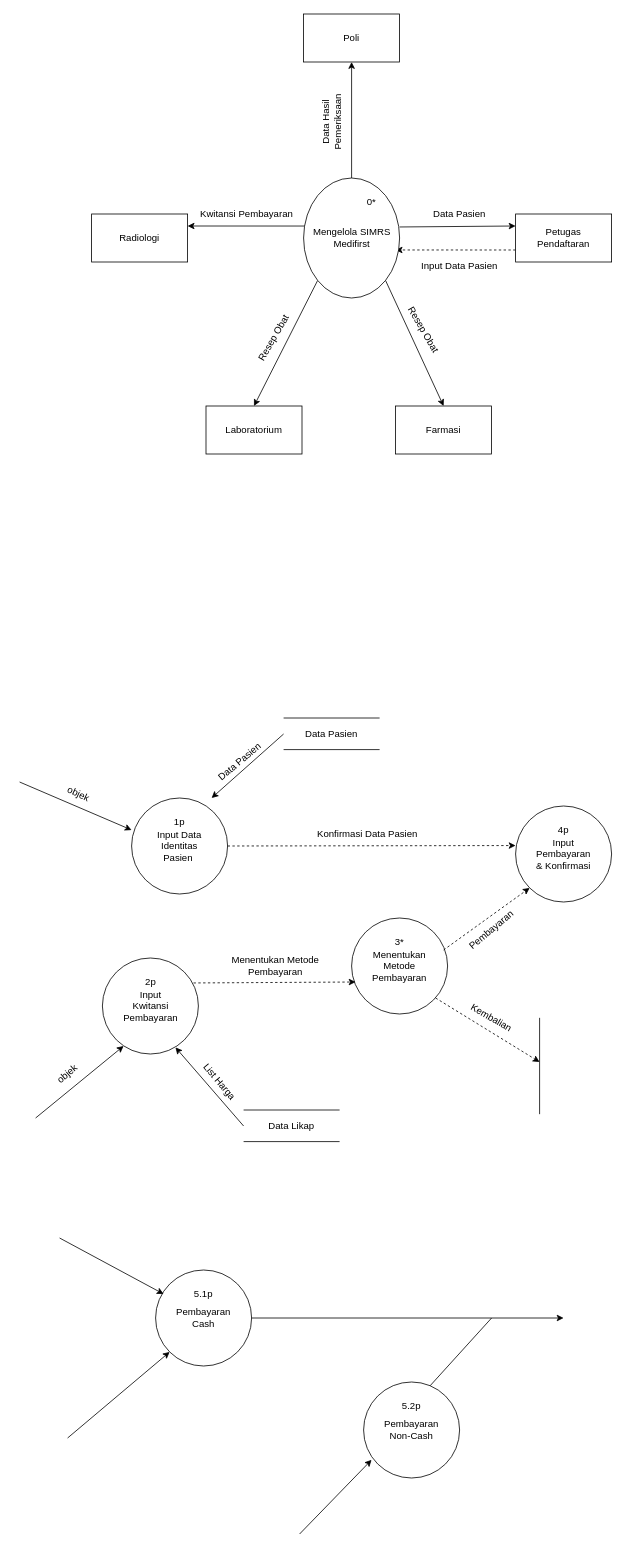
Above: DFD LVL 0.drawio in Arfnvaaa/Arfnvaaa (draw.io), before the change. Source tidied: cells renumbered, new cells numbered last; positions are measured from the earlier drawing's top-left corner, leaving out a move shared by most shapes. Both pictures are drawn from the tidied source at 80%, with x=0, y=0 at pixel (19, 14).
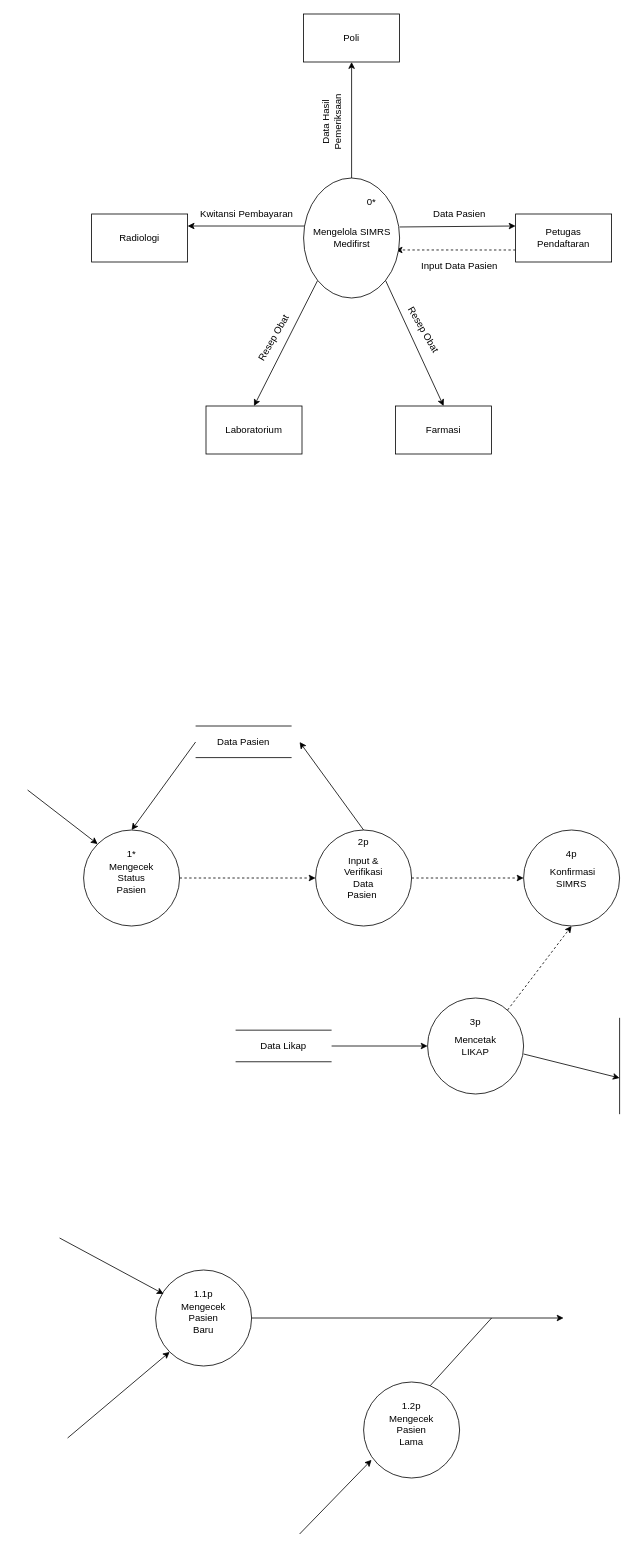
After the change.

The change refers to these unchanged cells:
```xml
<mxCell id="24" style="ellipse;whiteSpace=wrap;html=1;" parent="23" vertex="1">
  <mxGeometry width="120" height="120" as="geometry" />
</mxCell>
<mxCell id="41" style="ellipse;whiteSpace=wrap;html=1;" parent="40" vertex="1">
  <mxGeometry width="120" height="120" as="geometry" />
</mxCell>
<mxCell id="45" style="ellipse;whiteSpace=wrap;html=1;" parent="44" vertex="1">
  <mxGeometry width="120" height="120" as="geometry" />
</mxCell>
<mxCell id="49" style="ellipse;whiteSpace=wrap;html=1;" parent="48" vertex="1">
  <mxGeometry width="120" height="120" as="geometry" />
</mxCell>
<mxCell id="60" style="group;" parent="1" vertex="1">
  <mxGeometry x="170" y="1570" width="120" height="120" as="geometry" />
</mxCell>
<mxCell id="64" style="group;" parent="1" vertex="1">
  <mxGeometry x="430" y="1710" width="120" height="120" as="geometry" />
</mxCell>
```

Diff of the diagram source:
```diff
@@
     <mxCell id="23" style="group;" parent="1" vertex="1">
-      <mxGeometry x="103.5" y="1180" width="120" height="120" as="geometry" />
+      <mxGeometry x="510" y="1230" width="120" height="120" as="geometry" />
     </mxCell>
@@
-    <mxCell id="25" value="Input Kwitansi Pembayaran" style="text;html=1;whiteSpace=wrap;strokeColor=none;fillColor=none;align=center;verticalAlign=middle;rounded=0;" parent="23" vertex="1">
+    <mxCell id="25" value="Mencetak LIKAP" style="text;html=1;whiteSpace=wrap;strokeColor=none;fillColor=none;align=center;verticalAlign=middle;rounded=0;" parent="23" vertex="1">
       <mxGeometry x="30" y="45" width="60" height="30" as="geometry" />
     </mxCell>
-    <mxCell id="26" value="2p" style="text;html=1;whiteSpace=wrap;strokeColor=none;fillColor=none;align=center;verticalAlign=middle;rounded=0;" parent="23" vertex="1">
+    <mxCell id="26" value="3p" style="text;html=1;whiteSpace=wrap;strokeColor=none;fillColor=none;align=center;verticalAlign=middle;rounded=0;" parent="23" vertex="1">
       <mxGeometry x="30" y="15" width="60" height="30" as="geometry" />
     </mxCell>
+    <mxCell id="87" style="endArrow=classic;html=1;rounded=0;dashed=1;" parent="23" edge="1">
+      <mxGeometry relative="1" as="geometry">
+        <mxPoint x="100" y="15" as="sourcePoint" />
+        <mxPoint x="180" y="-90" as="targetPoint" />
+      </mxGeometry>
+    </mxCell>
@@
     <mxCell id="32" style="group;" parent="1" vertex="1">
-      <mxGeometry x="330" y="880" width="120" height="39.5" as="geometry" />
+      <mxGeometry x="220" y="890" width="120" height="39.5" as="geometry" />
     </mxCell>
@@
     <mxCell id="36" style="group;" parent="1" vertex="1">
-      <mxGeometry x="280" y="1370" width="120" height="39.5" as="geometry" />
+      <mxGeometry x="270" y="1270.2" width="120" height="39.5" as="geometry" />
     </mxCell>
@@
     <mxCell id="40" style="group;" parent="1" vertex="1">
-      <mxGeometry x="140" y="980" width="120" height="120" as="geometry" />
+      <mxGeometry x="370" y="1020" width="120" height="120" as="geometry" />
     </mxCell>
@@
-    <mxCell id="42" value="Input Data Identitas Pasien&amp;nbsp;" style="text;html=1;whiteSpace=wrap;strokeColor=none;fillColor=none;align=center;verticalAlign=middle;rounded=0;" parent="40" vertex="1">
+    <mxCell id="42" value="Input &amp;amp; Verifikasi Data Pasien&amp;nbsp;" style="text;html=1;whiteSpace=wrap;strokeColor=none;fillColor=none;align=center;verticalAlign=middle;rounded=0;" parent="40" vertex="1">
       <mxGeometry x="30" y="45" width="60" height="30" as="geometry" />
     </mxCell>
-    <mxCell id="43" value="1p" style="text;html=1;whiteSpace=wrap;strokeColor=none;fillColor=none;align=center;verticalAlign=middle;rounded=0;" parent="40" vertex="1">
-      <mxGeometry x="30" y="15" width="60" height="30" as="geometry" />
+    <mxCell id="43" value="2p" style="text;html=1;whiteSpace=wrap;strokeColor=none;fillColor=none;align=center;verticalAlign=middle;rounded=0;" parent="40" vertex="1">
+      <mxGeometry x="30" width="60" height="30" as="geometry" />
     </mxCell>
     <mxCell id="44" style="group;" parent="1" vertex="1">
-      <mxGeometry x="415" y="1130" width="120" height="120" as="geometry" />
+      <mxGeometry x="80" y="1020" width="120" height="120" as="geometry" />
     </mxCell>
@@
-    <mxCell id="46" value="Menentukan Metode Pembayaran" style="text;html=1;whiteSpace=wrap;strokeColor=none;fillColor=none;align=center;verticalAlign=middle;rounded=0;" parent="44" vertex="1">
+    <mxCell id="46" value="Mengecek Status Pasien" style="text;html=1;whiteSpace=wrap;strokeColor=none;fillColor=none;align=center;verticalAlign=middle;rounded=0;" parent="44" vertex="1">
       <mxGeometry x="30" y="45" width="60" height="30" as="geometry" />
     </mxCell>
-    <mxCell id="47" value="3*" style="text;html=1;whiteSpace=wrap;strokeColor=none;fillColor=none;align=center;verticalAlign=middle;rounded=0;" parent="44" vertex="1">
+    <mxCell id="47" value="1*" style="text;html=1;whiteSpace=wrap;strokeColor=none;fillColor=none;align=center;verticalAlign=middle;rounded=0;" parent="44" vertex="1">
       <mxGeometry x="30" y="15" width="60" height="30" as="geometry" />
     </mxCell>
     <mxCell id="48" style="group;" parent="1" vertex="1">
-      <mxGeometry x="620" y="990" width="120" height="120" as="geometry" />
+      <mxGeometry x="630" y="1020" width="120" height="120" as="geometry" />
     </mxCell>
@@
-    <mxCell id="50" value="Input Pembayaran &amp;amp; Konfirmasi" style="text;html=1;whiteSpace=wrap;strokeColor=none;fillColor=none;align=center;verticalAlign=middle;rounded=0;" parent="48" vertex="1">
+    <mxCell id="50" value="&amp;nbsp;Konfirmasi SIMRS" style="text;html=1;whiteSpace=wrap;strokeColor=none;fillColor=none;align=center;verticalAlign=middle;rounded=0;" parent="48" vertex="1">
       <mxGeometry x="30" y="45" width="60" height="30" as="geometry" />
     </mxCell>
@@
-    <mxCell id="52" style="endArrow=classic;html=1;rounded=0;" parent="1" edge="1">
-      <mxGeometry relative="1" as="geometry">
-        <mxPoint y="960" as="sourcePoint" />
-        <mxPoint x="140" y="1020" as="targetPoint" />
-      </mxGeometry>
-    </mxCell>
-    <mxCell id="53" style="endArrow=classic;html=1;rounded=0;entryX=0.761;entryY=0.931;entryDx=0;entryDy=0;entryPerimeter=0;" parent="1" edge="1" target="24">
-      <mxGeometry relative="1" as="geometry">
-        <mxPoint x="280" y="1390" as="sourcePoint" />
-      </mxGeometry>
-    </mxCell>
-    <mxCell id="54" style="endArrow=classic;html=1;rounded=0;dashed=1;entryX=0;entryY=1;entryDx=0;entryDy=0;" parent="1" edge="1" target="49">
-      <mxGeometry relative="1" as="geometry">
-        <mxPoint x="530" y="1170" as="sourcePoint" />
-      </mxGeometry>
-    </mxCell>
-    <mxCell id="55" style="endArrow=classic;html=1;rounded=0;" parent="1" edge="1">
-      <mxGeometry relative="1" as="geometry">
-        <mxPoint x="330" y="900" as="sourcePoint" />
-        <mxPoint x="240" y="980" as="targetPoint" />
-      </mxGeometry>
-    </mxCell>
-    <mxCell id="56" style="endArrow=classic;html=1;rounded=0;dashed=1;entryX=0;entryY=0.412;entryDx=0;entryDy=0;entryPerimeter=0;exitX=1;exitY=0.5;exitDx=0;exitDy=0;" parent="1" edge="1" source="41" target="49">
-      <mxGeometry relative="1" as="geometry" />
-    </mxCell>
-    <mxCell id="57" style="endArrow=classic;html=1;rounded=0;" parent="1" edge="1">
-      <mxGeometry relative="1" as="geometry">
-        <mxPoint x="20" y="1380" as="sourcePoint" />
-        <mxPoint x="130" y="1290" as="targetPoint" />
-      </mxGeometry>
-    </mxCell>
-    <mxCell id="58" style="endArrow=classic;html=1;rounded=0;dashed=1;" parent="1" edge="1">
-      <mxGeometry relative="1" as="geometry">
-        <mxPoint x="520" y="1230" as="sourcePoint" />
-        <mxPoint x="650" y="1310" as="targetPoint" />
-      </mxGeometry>
-    </mxCell>
-    <mxCell id="59" style="endArrow=classic;html=1;rounded=0;exitX=0.949;exitY=0.26;exitDx=0;exitDy=0;dashed=1;exitPerimeter=0;" parent="1" edge="1" source="24">
-      <mxGeometry relative="1" as="geometry">
-        <mxPoint x="420" y="1210" as="targetPoint" />
-      </mxGeometry>
-    </mxCell>
@@
-    <mxCell id="62" value="Pembayaran Cash" style="text;html=1;whiteSpace=wrap;strokeColor=none;fillColor=none;align=center;verticalAlign=middle;rounded=0;" parent="60" vertex="1">
+    <mxCell id="62" value="Mengecek Pasien Baru" style="text;html=1;whiteSpace=wrap;strokeColor=none;fillColor=none;align=center;verticalAlign=middle;rounded=0;" parent="60" vertex="1">
       <mxGeometry x="30" y="45" width="60" height="30" as="geometry" />
     </mxCell>
-    <mxCell id="63" value="5.1p" style="text;html=1;whiteSpace=wrap;strokeColor=none;fillColor=none;align=center;verticalAlign=middle;rounded=0;" parent="60" vertex="1">
+    <mxCell id="63" value="1.1p" style="text;html=1;whiteSpace=wrap;strokeColor=none;fillColor=none;align=center;verticalAlign=middle;rounded=0;" parent="60" vertex="1">
       <mxGeometry x="30" y="15" width="60" height="30" as="geometry" />
     </mxCell>
@@
-    <mxCell id="66" value="Pembayaran Non-Cash" style="text;html=1;whiteSpace=wrap;strokeColor=none;fillColor=none;align=center;verticalAlign=middle;rounded=0;" parent="64" vertex="1">
+    <mxCell id="66" value="Mengecek Pasien Lama" style="text;html=1;whiteSpace=wrap;strokeColor=none;fillColor=none;align=center;verticalAlign=middle;rounded=0;" parent="64" vertex="1">
       <mxGeometry x="30" y="45" width="60" height="30" as="geometry" />
     </mxCell>
-    <mxCell id="67" value="5.2p" style="text;html=1;whiteSpace=wrap;strokeColor=none;fillColor=none;align=center;verticalAlign=middle;rounded=0;" parent="64" vertex="1">
+    <mxCell id="67" value="1.2p" style="text;html=1;whiteSpace=wrap;strokeColor=none;fillColor=none;align=center;verticalAlign=middle;rounded=0;" parent="64" vertex="1">
       <mxGeometry x="30" y="15" width="60" height="30" as="geometry" />
     </mxCell>
@@
-    <mxCell id="73" value="objek" style="text;html=1;whiteSpace=wrap;strokeColor=none;fillColor=none;align=center;verticalAlign=middle;rounded=0;rotation=25;" parent="1" vertex="1">
-      <mxGeometry x="43.5" y="960" width="60" height="30" as="geometry" />
-    </mxCell>
-    <mxCell id="74" value="Konfirmasi Data Pasien" style="text;html=1;whiteSpace=wrap;strokeColor=none;fillColor=none;align=center;verticalAlign=middle;rounded=0;" parent="1" vertex="1">
-      <mxGeometry x="370" y="1010" width="130" height="30" as="geometry" />
-    </mxCell>
-    <mxCell id="75" value="Data Pasien" style="text;html=1;whiteSpace=wrap;strokeColor=none;fillColor=none;align=center;verticalAlign=middle;rounded=0;rotation=-40;" parent="1" vertex="1">
-      <mxGeometry x="240" y="919.5" width="70" height="30" as="geometry" />
-    </mxCell>
-    <mxCell id="76" value="Menentukan Metode Pembayaran" style="text;html=1;whiteSpace=wrap;strokeColor=none;fillColor=none;align=center;verticalAlign=middle;rounded=0;" parent="1" vertex="1">
-      <mxGeometry x="260" y="1175" width="120" height="30" as="geometry" />
-    </mxCell>
-    <mxCell id="77" value="objek" style="text;html=1;whiteSpace=wrap;strokeColor=none;fillColor=none;align=center;verticalAlign=middle;rounded=0;rotation=-40;" parent="1" vertex="1">
-      <mxGeometry x="30" y="1310" width="60" height="30" as="geometry" />
-    </mxCell>
-    <mxCell id="78" value="List Harga" style="text;html=1;whiteSpace=wrap;strokeColor=none;fillColor=none;align=center;verticalAlign=middle;rounded=0;rotation=50;" parent="1" vertex="1">
-      <mxGeometry x="220" y="1320" width="60" height="30" as="geometry" />
-    </mxCell>
-    <mxCell id="79" value="Kembalian" style="text;html=1;whiteSpace=wrap;strokeColor=none;fillColor=none;align=center;verticalAlign=middle;rounded=0;rotation=30;" parent="1" vertex="1">
-      <mxGeometry x="560" y="1240" width="60" height="30" as="geometry" />
-    </mxCell>
-    <mxCell id="80" value="Pembayaran" style="text;html=1;whiteSpace=wrap;strokeColor=none;fillColor=none;align=center;verticalAlign=middle;rounded=0;rotation=-40;" parent="1" vertex="1">
-      <mxGeometry x="560" y="1130" width="60" height="30" as="geometry" />
-    </mxCell>
     <mxCell id="81" style="endArrow=none;html=1;rounded=0;" parent="1" edge="1">
       <mxGeometry relative="1" as="geometry">
-        <mxPoint x="650" y="1254.8" as="sourcePoint" />
-        <mxPoint x="650" y="1375.2" as="targetPoint" />
+        <mxPoint x="750" y="1254.8" as="sourcePoint" />
+        <mxPoint x="750" y="1375.2" as="targetPoint" />
       </mxGeometry>
     </mxCell>
@@
+    <mxCell id="88" style="endArrow=classic;html=1;rounded=0;exitX=1;exitY=0.5;exitDx=0;exitDy=0;entryX=0;entryY=0.5;entryDx=0;entryDy=0;dashed=1;" parent="1" edge="1" source="45" target="41">
+      <mxGeometry relative="1" as="geometry" />
+    </mxCell>
+    <mxCell id="56" style="endArrow=classic;html=1;rounded=0;entryX=0;entryY=0.5;entryDx=0;entryDy=0;exitX=1;exitY=0.5;exitDx=0;exitDy=0;dashed=1;" parent="1" edge="1" source="41" target="49">
+      <mxGeometry relative="1" as="geometry" />
+    </mxCell>
+    <mxCell id="89" style="endArrow=classic;html=1;rounded=0;entryX=0;entryY=0.5;entryDx=0;entryDy=0;" parent="1" edge="1" target="24">
+      <mxGeometry relative="1" as="geometry">
+        <mxPoint x="390" y="1290" as="sourcePoint" />
+      </mxGeometry>
+    </mxCell>
+    <mxCell id="90" style="endArrow=classic;html=1;rounded=0;" parent="1" edge="1">
+      <mxGeometry relative="1" as="geometry">
+        <mxPoint x="630" y="1300" as="sourcePoint" />
+        <mxPoint x="750" y="1330" as="targetPoint" />
+      </mxGeometry>
+    </mxCell>
+    <mxCell id="91" style="endArrow=classic;html=1;rounded=0;entryX=0.5;entryY=0;entryDx=0;entryDy=0;" parent="1" edge="1" target="45">
+      <mxGeometry relative="1" as="geometry">
+        <mxPoint x="220" y="910" as="sourcePoint" />
+      </mxGeometry>
+    </mxCell>
+    <mxCell id="92" style="endArrow=classic;html=1;rounded=0;" parent="1" edge="1">
+      <mxGeometry relative="1" as="geometry">
+        <mxPoint x="430" y="1020" as="sourcePoint" />
+        <mxPoint x="350" y="910" as="targetPoint" />
+      </mxGeometry>
+    </mxCell>
+    <mxCell id="93" style="endArrow=classic;html=1;rounded=0;entryX=0;entryY=0;entryDx=0;entryDy=0;" parent="1" edge="1" target="45">
+      <mxGeometry relative="1" as="geometry">
+        <mxPoint x="10" y="970" as="sourcePoint" />
+      </mxGeometry>
+    </mxCell>
```
